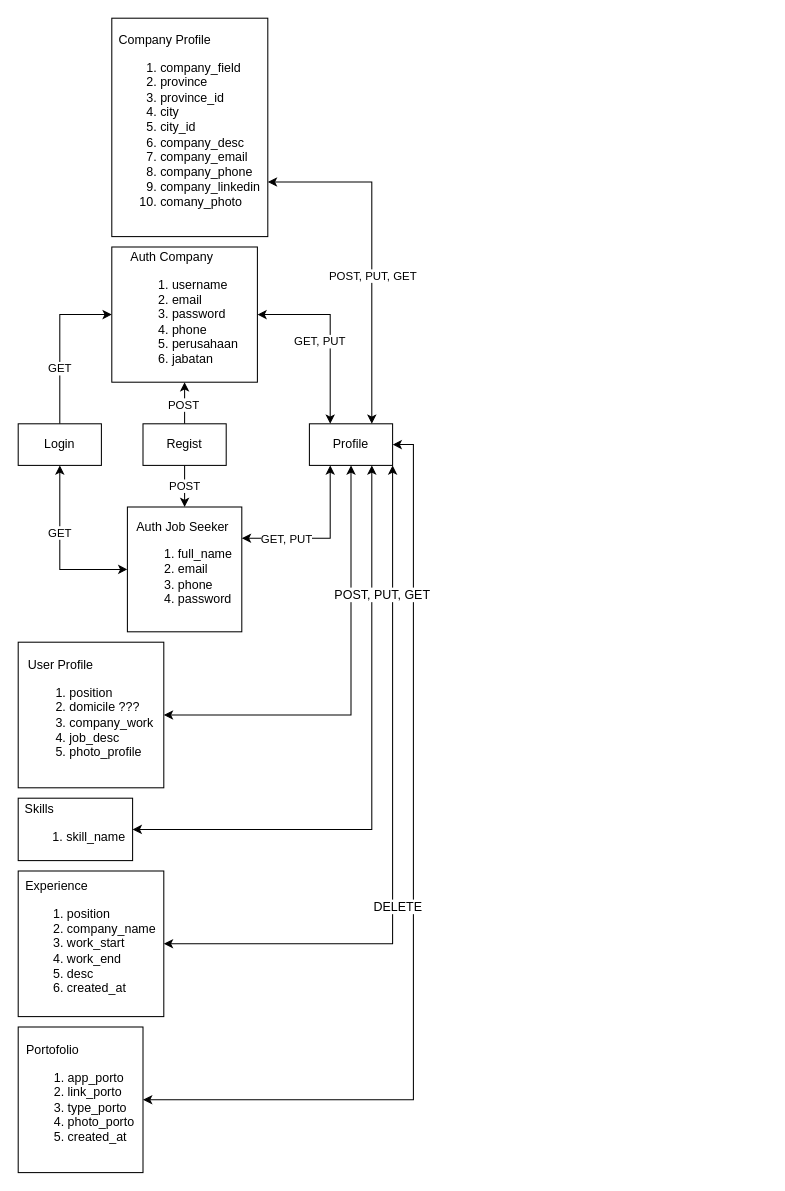
Above: DFD CRUD.drawio in LKanugrahan/StorageTeamProjectBE (draw.io), before the change. Source tidied: cells renumbered, new cells numbered last; positions are measured from the earlier drawing's top-left corner, leaving out a move shared by most shapes. Both pictures are drawn from the tidied source at 104%, with x=0, y=0 at pixel (18, 18).
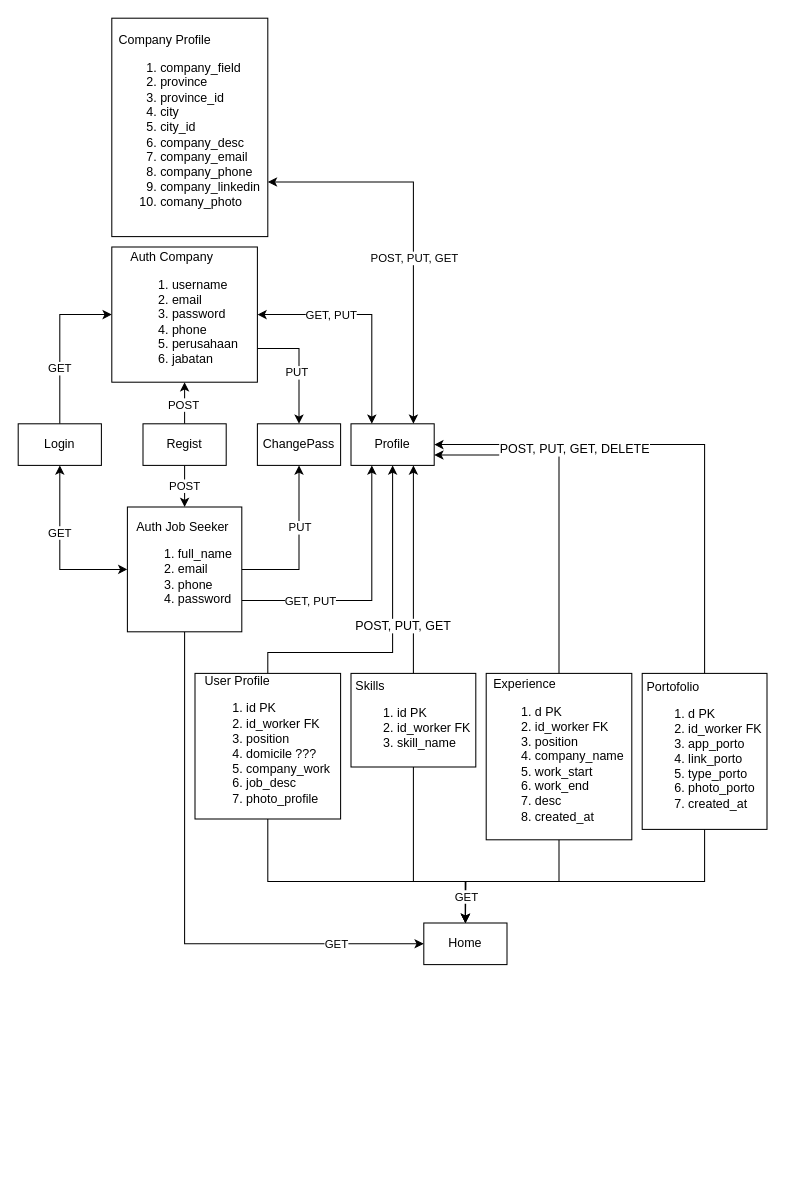
The same diagram, later.

The change refers to these unchanged cells:
```xml
<mxCell id="7" value="&lt;div style=&quot;text-align: justify;&quot;&gt;&lt;span style=&quot;background-color: initial;&quot;&gt;Auth&amp;nbsp;&lt;/span&gt;&lt;span style=&quot;background-color: initial;&quot;&gt;Job Seeker&lt;/span&gt;&lt;/div&gt;&lt;div style=&quot;&quot;&gt;&lt;ol&gt;&lt;li style=&quot;text-align: justify;&quot;&gt;&lt;span style=&quot;background-color: initial;&quot;&gt;full_name&lt;/span&gt;&lt;/li&gt;&lt;li style=&quot;text-align: justify;&quot;&gt;&lt;span style=&quot;background-color: initial;&quot;&gt;email&lt;/span&gt;&lt;/li&gt;&lt;li style=&quot;text-align: justify;&quot;&gt;&lt;span style=&quot;background-color: initial;&quot;&gt;phone&lt;/span&gt;&lt;/li&gt;&lt;li style=&quot;text-align: justify;&quot;&gt;&lt;span style=&quot;background-color: initial;&quot;&gt;password&lt;/span&gt;&lt;/li&gt;&lt;/ol&gt;&lt;/div&gt;&lt;div style=&quot;text-align: justify;&quot;&gt;&lt;/div&gt;" style="rounded=0;whiteSpace=wrap;html=1;" parent="1" vertex="1">
  <mxGeometry x="105" y="470" width="110" height="120" as="geometry" />
</mxCell>
<mxCell id="26" value="&lt;div style=&quot;text-align: justify;&quot;&gt;&lt;span style=&quot;background-color: initial;&quot;&gt;Auth&amp;nbsp;&lt;/span&gt;&lt;span style=&quot;background-color: initial;&quot;&gt;Company&lt;/span&gt;&lt;/div&gt;&lt;div style=&quot;&quot;&gt;&lt;ol&gt;&lt;li style=&quot;text-align: justify;&quot;&gt;&lt;span style=&quot;background-color: initial;&quot;&gt;username&lt;/span&gt;&lt;/li&gt;&lt;li style=&quot;text-align: justify;&quot;&gt;&lt;span style=&quot;background-color: initial;&quot;&gt;email&lt;/span&gt;&lt;/li&gt;&lt;li style=&quot;border-color: var(--border-color); text-align: justify;&quot;&gt;password&lt;/li&gt;&lt;li style=&quot;border-color: var(--border-color); text-align: justify;&quot;&gt;phone&lt;/li&gt;&lt;li style=&quot;text-align: justify;&quot;&gt;&lt;span style=&quot;background-color: initial;&quot;&gt;perusahaan&lt;/span&gt;&lt;/li&gt;&lt;li style=&quot;text-align: justify;&quot;&gt;&lt;span style=&quot;background-color: initial;&quot;&gt;jabatan&lt;/span&gt;&lt;/li&gt;&lt;/ol&gt;&lt;/div&gt;&lt;div style=&quot;text-align: justify;&quot;&gt;&lt;/div&gt;" style="rounded=0;whiteSpace=wrap;html=1;" parent="1" vertex="1">
  <mxGeometry x="90" y="220" width="140" height="130" as="geometry" />
</mxCell>
<mxCell id="30" style="endArrow=classic;startArrow=classic;html=1;rounded=0;exitX=0.25;exitY=0;exitDx=0;exitDy=0;entryX=1;entryY=0.5;entryDx=0;entryDy=0;edgeStyle=orthogonalEdgeStyle;" parent="1" edge="1" source="12" target="26">
  <mxGeometry relative="1" as="geometry" />
</mxCell>
```

The edit, as a diff of the source:
```diff
@@
+    <mxCell id="16" style="edgeStyle=orthogonalEdgeStyle;rounded=0;jettySize=auto;html=1;exitX=1;exitY=0.75;exitDx=0;exitDy=0;entryX=0.25;entryY=1;entryDx=0;entryDy=0;" parent="1" edge="1" source="7" target="12">
+      <mxGeometry relative="1" as="geometry" />
+    </mxCell>
+    <mxCell id="17" value="GET, PUT" style="edgeLabel;html=1;align=center;verticalAlign=middle;" parent="16" vertex="1">
+      <mxGeometry x="-0.58" y="1" relative="1" as="geometry">
+        <mxPoint x="11" y="1" as="offset" />
+      </mxGeometry>
+    </mxCell>
+    <mxCell id="32" style="edgeStyle=orthogonalEdgeStyle;rounded=0;jettySize=auto;html=1;exitX=1;exitY=0.5;exitDx=0;exitDy=0;entryX=0.5;entryY=1;entryDx=0;entryDy=0;" parent="1" edge="1" source="7" target="44">
+      <mxGeometry relative="1" as="geometry" />
+    </mxCell>
+    <mxCell id="33" value="PUT" style="edgeLabel;html=1;align=center;verticalAlign=middle;" parent="32" vertex="1">
+      <mxGeometry x="0.24" relative="1" as="geometry" />
+    </mxCell>
+    <mxCell id="34" style="edgeStyle=orthogonalEdgeStyle;rounded=0;jettySize=auto;html=1;exitX=0.5;exitY=1;exitDx=0;exitDy=0;entryX=0;entryY=0.5;entryDx=0;entryDy=0;" parent="1" edge="1" source="7" target="45">
+      <mxGeometry relative="1" as="geometry" />
+    </mxCell>
+    <mxCell id="35" value="GET" style="edgeLabel;html=1;align=center;verticalAlign=middle;" parent="34" vertex="1">
+      <mxGeometry x="0.68" relative="1" as="geometry" />
+    </mxCell>
@@
+    <mxCell id="23" style="edgeStyle=orthogonalEdgeStyle;rounded=0;jettySize=auto;html=1;exitX=0.5;exitY=0;exitDx=0;exitDy=0;entryX=0.5;entryY=1;entryDx=0;entryDy=0;" parent="1" edge="1" source="11" target="12">
+      <mxGeometry relative="1" as="geometry">
+        <Array as="points">
+          <mxPoint x="240" y="610" />
+          <mxPoint x="360" y="610" />
+        </Array>
+      </mxGeometry>
+    </mxCell>
+    <mxCell id="36" style="edgeStyle=orthogonalEdgeStyle;rounded=0;jettySize=auto;html=1;exitX=0.5;exitY=1;exitDx=0;exitDy=0;entryX=0.5;entryY=0;entryDx=0;entryDy=0;" parent="1" edge="1" source="11" target="45">
+      <mxGeometry relative="1" as="geometry">
+        <Array as="points">
+          <mxPoint x="240" y="830" />
+          <mxPoint x="430" y="830" />
+        </Array>
+      </mxGeometry>
+    </mxCell>
-    <mxCell id="11" value="&lt;div style=&quot;text-align: left;&quot;&gt;User Profile&lt;/div&gt;&lt;div style=&quot;text-align: left;&quot;&gt;&lt;ol&gt;&lt;li&gt;&lt;span style=&quot;background-color: initial;&quot;&gt;position&lt;/span&gt;&lt;/li&gt;&lt;li&gt;&lt;span style=&quot;background-color: initial;&quot;&gt;domicile ???&lt;/span&gt;&lt;/li&gt;&lt;li&gt;&lt;span style=&quot;background-color: initial;&quot;&gt;company_work&lt;/span&gt;&lt;/li&gt;&lt;li&gt;&lt;span style=&quot;background-color: initial;&quot;&gt;job_desc&lt;/span&gt;&lt;/li&gt;&lt;li&gt;photo_profile&lt;/li&gt;&lt;/ol&gt;&lt;/div&gt;&lt;div style=&quot;text-align: justify;&quot;&gt;&lt;/div&gt;" style="rounded=0;whiteSpace=wrap;html=1;" parent="1" vertex="1">
-      <mxGeometry y="600" width="140" height="140" as="geometry" />
+    <mxCell id="11" value="&lt;div style=&quot;text-align: left;&quot;&gt;User Profile&lt;/div&gt;&lt;div style=&quot;text-align: left;&quot;&gt;&lt;ol&gt;&lt;li&gt;&lt;span style=&quot;background-color: initial;&quot;&gt;id PK&lt;/span&gt;&lt;/li&gt;&lt;li&gt;&lt;span style=&quot;background-color: initial;&quot;&gt;id_worker FK&lt;/span&gt;&lt;/li&gt;&lt;li&gt;&lt;span style=&quot;background-color: initial;&quot;&gt;position&lt;/span&gt;&lt;/li&gt;&lt;li&gt;&lt;span style=&quot;background-color: initial;&quot;&gt;domicile ???&lt;/span&gt;&lt;/li&gt;&lt;li&gt;&lt;span style=&quot;background-color: initial;&quot;&gt;company_work&lt;/span&gt;&lt;/li&gt;&lt;li&gt;&lt;span style=&quot;background-color: initial;&quot;&gt;job_desc&lt;/span&gt;&lt;/li&gt;&lt;li&gt;photo_profile&lt;/li&gt;&lt;/ol&gt;&lt;/div&gt;&lt;div style=&quot;text-align: justify;&quot;&gt;&lt;/div&gt;" style="rounded=0;whiteSpace=wrap;html=1;" parent="1" vertex="1">
+      <mxGeometry x="170" y="630" width="140" height="140" as="geometry" />
     </mxCell>
     <mxCell id="12" value="Profile" style="rounded=0;whiteSpace=wrap;html=1;" parent="1" vertex="1">
-      <mxGeometry x="280" y="390" width="80" height="40" as="geometry" />
+      <mxGeometry x="320" y="390" width="80" height="40" as="geometry" />
     </mxCell>
@@
+    <mxCell id="22" style="edgeStyle=orthogonalEdgeStyle;rounded=0;jettySize=auto;html=1;exitX=0.5;exitY=0;exitDx=0;exitDy=0;entryX=0.75;entryY=1;entryDx=0;entryDy=0;" parent="1" edge="1" source="15" target="12">
+      <mxGeometry relative="1" as="geometry" />
+    </mxCell>
+    <mxCell id="37" style="edgeStyle=orthogonalEdgeStyle;rounded=0;jettySize=auto;html=1;exitX=0.5;exitY=1;exitDx=0;exitDy=0;" parent="1" edge="1" source="15">
+      <mxGeometry relative="1" as="geometry">
+        <mxPoint x="430" y="870" as="targetPoint" />
+        <Array as="points">
+          <mxPoint x="380" y="830" />
+          <mxPoint x="430" y="830" />
+        </Array>
+      </mxGeometry>
+    </mxCell>
-    <mxCell id="15" value="&lt;div style=&quot;text-align: left;&quot;&gt;Skills&lt;/div&gt;&lt;div style=&quot;text-align: left;&quot;&gt;&lt;ol&gt;&lt;li&gt;&lt;span style=&quot;background-color: initial;&quot;&gt;skill_name&lt;/span&gt;&lt;/li&gt;&lt;/ol&gt;&lt;/div&gt;&lt;div style=&quot;text-align: justify;&quot;&gt;&lt;/div&gt;" style="rounded=0;whiteSpace=wrap;html=1;" parent="1" vertex="1">
-      <mxGeometry y="750" width="110" height="60" as="geometry" />
+    <mxCell id="15" value="&lt;div style=&quot;text-align: left;&quot;&gt;Skills&lt;/div&gt;&lt;div style=&quot;text-align: left;&quot;&gt;&lt;ol&gt;&lt;li&gt;&lt;span style=&quot;background-color: initial;&quot;&gt;id PK&lt;/span&gt;&lt;/li&gt;&lt;li&gt;&lt;span style=&quot;background-color: initial;&quot;&gt;id_worker FK&lt;/span&gt;&lt;/li&gt;&lt;li&gt;&lt;span style=&quot;background-color: initial;&quot;&gt;skill_name&lt;/span&gt;&lt;/li&gt;&lt;/ol&gt;&lt;/div&gt;&lt;div style=&quot;text-align: justify;&quot;&gt;&lt;/div&gt;" style="rounded=0;whiteSpace=wrap;html=1;" parent="1" vertex="1">
+      <mxGeometry x="320" y="630" width="120" height="90" as="geometry" />
     </mxCell>
-    <mxCell id="16" style="endArrow=classic;startArrow=classic;html=1;rounded=0;entryX=0.25;entryY=1;entryDx=0;entryDy=0;edgeStyle=orthogonalEdgeStyle;exitX=1;exitY=0.25;exitDx=0;exitDy=0;" parent="1" edge="1" source="7" target="12">
-      <mxGeometry relative="1" as="geometry" />
-    </mxCell>
-    <mxCell id="17" value="GET, PUT" style="edgeLabel;html=1;align=center;verticalAlign=middle;" parent="16" vertex="1">
-      <mxGeometry x="-0.46" relative="1" as="geometry" />
-    </mxCell>
+    <mxCell id="21" style="edgeStyle=orthogonalEdgeStyle;rounded=0;jettySize=auto;html=1;exitX=0.5;exitY=0;exitDx=0;exitDy=0;entryX=1;entryY=0.75;entryDx=0;entryDy=0;" parent="1" edge="1" source="18" target="12">
+      <mxGeometry relative="1" as="geometry" />
+    </mxCell>
+    <mxCell id="38" style="edgeStyle=orthogonalEdgeStyle;rounded=0;jettySize=auto;html=1;exitX=0.5;exitY=1;exitDx=0;exitDy=0;" parent="1" edge="1" source="18">
+      <mxGeometry relative="1" as="geometry">
+        <mxPoint x="430" y="870" as="targetPoint" />
+      </mxGeometry>
+    </mxCell>
-    <mxCell id="18" value="&lt;div style=&quot;text-align: left;&quot;&gt;Experience&lt;/div&gt;&lt;div style=&quot;text-align: left;&quot;&gt;&lt;ol&gt;&lt;li&gt;&lt;span style=&quot;background-color: initial;&quot;&gt;position&lt;/span&gt;&lt;/li&gt;&lt;li&gt;&lt;span style=&quot;background-color: initial;&quot;&gt;company_name&lt;/span&gt;&lt;/li&gt;&lt;li&gt;&lt;span style=&quot;background-color: initial;&quot;&gt;work_start&lt;/span&gt;&lt;/li&gt;&lt;li&gt;&lt;span style=&quot;background-color: initial;&quot;&gt;work_end&lt;/span&gt;&lt;/li&gt;&lt;li&gt;&lt;span style=&quot;background-color: initial;&quot;&gt;desc&lt;/span&gt;&lt;/li&gt;&lt;li&gt;created_at&lt;/li&gt;&lt;/ol&gt;&lt;/div&gt;&lt;div style=&quot;text-align: justify;&quot;&gt;&lt;/div&gt;" style="rounded=0;whiteSpace=wrap;html=1;" parent="1" vertex="1">
-      <mxGeometry y="820" width="140" height="140" as="geometry" />
+    <mxCell id="18" value="&lt;div style=&quot;text-align: left;&quot;&gt;Experience&lt;/div&gt;&lt;div style=&quot;text-align: left;&quot;&gt;&lt;ol&gt;&lt;li style=&quot;border-color: var(--border-color);&quot;&gt;d PK&lt;/li&gt;&lt;li style=&quot;border-color: var(--border-color);&quot;&gt;&lt;span style=&quot;border-color: var(--border-color); background-color: initial;&quot;&gt;id_worker FK&lt;/span&gt;&lt;/li&gt;&lt;li&gt;&lt;span style=&quot;background-color: initial;&quot;&gt;position&lt;/span&gt;&lt;/li&gt;&lt;li&gt;&lt;span style=&quot;background-color: initial;&quot;&gt;company_name&lt;/span&gt;&lt;/li&gt;&lt;li&gt;&lt;span style=&quot;background-color: initial;&quot;&gt;work_start&lt;/span&gt;&lt;/li&gt;&lt;li&gt;&lt;span style=&quot;background-color: initial;&quot;&gt;work_end&lt;/span&gt;&lt;/li&gt;&lt;li&gt;&lt;span style=&quot;background-color: initial;&quot;&gt;desc&lt;/span&gt;&lt;/li&gt;&lt;li&gt;created_at&lt;/li&gt;&lt;/ol&gt;&lt;/div&gt;&lt;div style=&quot;text-align: justify;&quot;&gt;&lt;/div&gt;" style="rounded=0;whiteSpace=wrap;html=1;" parent="1" vertex="1">
+      <mxGeometry x="450" y="630" width="140" height="160" as="geometry" />
     </mxCell>
+    <mxCell id="20" style="edgeStyle=orthogonalEdgeStyle;rounded=0;jettySize=auto;html=1;exitX=0.5;exitY=0;exitDx=0;exitDy=0;entryX=1;entryY=0.5;entryDx=0;entryDy=0;" parent="1" edge="1" source="19" target="12">
+      <mxGeometry relative="1" as="geometry" />
+    </mxCell>
+    <mxCell id="39" style="edgeStyle=orthogonalEdgeStyle;rounded=0;jettySize=auto;html=1;exitX=0.5;exitY=1;exitDx=0;exitDy=0;entryX=0.5;entryY=0;entryDx=0;entryDy=0;" parent="1" edge="1" source="19" target="45">
+      <mxGeometry relative="1" as="geometry">
+        <Array as="points">
+          <mxPoint x="660" y="830" />
+          <mxPoint x="430" y="830" />
+        </Array>
+      </mxGeometry>
+    </mxCell>
+    <mxCell id="40" value="GET" style="edgeLabel;html=1;align=center;verticalAlign=middle;" parent="39" vertex="1">
+      <mxGeometry x="0.84" y="-3" relative="1" as="geometry">
+        <mxPoint x="3" as="offset" />
+      </mxGeometry>
+    </mxCell>
-    <mxCell id="19" value="&lt;div style=&quot;text-align: left;&quot;&gt;Portofolio&lt;/div&gt;&lt;div style=&quot;text-align: left;&quot;&gt;&lt;ol&gt;&lt;li&gt;&lt;span style=&quot;background-color: initial;&quot;&gt;app_porto&lt;/span&gt;&lt;/li&gt;&lt;li&gt;&lt;span style=&quot;background-color: initial;&quot;&gt;link_porto&lt;/span&gt;&lt;/li&gt;&lt;li&gt;&lt;span style=&quot;background-color: initial;&quot;&gt;type_porto&lt;/span&gt;&lt;/li&gt;&lt;li&gt;&lt;span style=&quot;background-color: initial;&quot;&gt;photo_porto&lt;/span&gt;&lt;/li&gt;&lt;li&gt;created_at&lt;/li&gt;&lt;/ol&gt;&lt;/div&gt;&lt;div style=&quot;text-align: justify;&quot;&gt;&lt;/div&gt;" style="rounded=0;whiteSpace=wrap;html=1;" parent="1" vertex="1">
-      <mxGeometry y="970" width="120" height="140" as="geometry" />
+    <mxCell id="19" value="&lt;div style=&quot;text-align: left;&quot;&gt;Portofolio&lt;/div&gt;&lt;div style=&quot;text-align: left;&quot;&gt;&lt;ol&gt;&lt;li style=&quot;border-color: var(--border-color);&quot;&gt;d PK&lt;/li&gt;&lt;li style=&quot;border-color: var(--border-color);&quot;&gt;&lt;span style=&quot;border-color: var(--border-color); background-color: initial;&quot;&gt;id_worker FK&lt;/span&gt;&lt;/li&gt;&lt;li&gt;&lt;span style=&quot;background-color: initial;&quot;&gt;app_porto&lt;/span&gt;&lt;/li&gt;&lt;li&gt;&lt;span style=&quot;background-color: initial;&quot;&gt;link_porto&lt;/span&gt;&lt;/li&gt;&lt;li&gt;&lt;span style=&quot;background-color: initial;&quot;&gt;type_porto&lt;/span&gt;&lt;/li&gt;&lt;li&gt;&lt;span style=&quot;background-color: initial;&quot;&gt;photo_porto&lt;/span&gt;&lt;/li&gt;&lt;li&gt;created_at&lt;/li&gt;&lt;/ol&gt;&lt;/div&gt;&lt;div style=&quot;text-align: justify;&quot;&gt;&lt;/div&gt;" style="rounded=0;whiteSpace=wrap;html=1;" parent="1" vertex="1">
+      <mxGeometry x="600" y="630" width="120" height="150" as="geometry" />
     </mxCell>
-    <mxCell id="20" style="endArrow=classic;startArrow=classic;html=1;rounded=0;exitX=1;exitY=0.5;exitDx=0;exitDy=0;entryX=1;entryY=0.5;entryDx=0;entryDy=0;edgeStyle=orthogonalEdgeStyle;" parent="1" edge="1" source="19" target="12">
-      <mxGeometry relative="1" as="geometry">
-        <Array as="points">
-          <mxPoint x="380" y="1040" />
-          <mxPoint x="380" y="410" />
-        </Array>
-      </mxGeometry>
-    </mxCell>
-    <mxCell id="21" style="endArrow=classic;startArrow=classic;html=1;rounded=0;exitX=1;exitY=0.5;exitDx=0;exitDy=0;entryX=1;entryY=1;entryDx=0;entryDy=0;edgeStyle=orthogonalEdgeStyle;" parent="1" edge="1" source="18" target="12">
-      <mxGeometry relative="1" as="geometry" />
-    </mxCell>
-    <mxCell id="22" style="endArrow=classic;startArrow=classic;html=1;rounded=0;exitX=1;exitY=0.5;exitDx=0;exitDy=0;entryX=0.75;entryY=1;entryDx=0;entryDy=0;edgeStyle=orthogonalEdgeStyle;" parent="1" edge="1" source="15" target="12">
-      <mxGeometry relative="1" as="geometry" />
-    </mxCell>
-    <mxCell id="23" style="endArrow=classic;startArrow=classic;html=1;rounded=0;exitX=1;exitY=0.5;exitDx=0;exitDy=0;entryX=0.5;entryY=1;entryDx=0;entryDy=0;edgeStyle=orthogonalEdgeStyle;" parent="1" edge="1" source="11" target="12">
-      <mxGeometry relative="1" as="geometry" />
-    </mxCell>
     <mxCell id="24" value="&lt;span style=&quot;background-color: rgb(255, 255, 255);&quot;&gt;POST, PUT, GET&lt;/span&gt;" style="text;html=1;align=center;verticalAlign=middle;strokeColor=none;fillColor=none;" parent="1" vertex="1">
-      <mxGeometry x="290" y="540" width="120" height="30" as="geometry" />
+      <mxGeometry x="310" y="570" width="120" height="30" as="geometry" />
     </mxCell>
-    <mxCell id="25" value="&lt;span style=&quot;background-color: rgb(255, 255, 255); font-size: 12px;&quot;&gt;DELETE&lt;/span&gt;" style="text;html=1;align=center;verticalAlign=middle;strokeColor=none;fillColor=none;fontSize=12;" parent="1" vertex="1">
-      <mxGeometry x="330" y="840" width="70" height="30" as="geometry" />
-    </mxCell>
+    <mxCell id="41" style="edgeStyle=orthogonalEdgeStyle;rounded=0;jettySize=auto;html=1;exitX=1;exitY=0.75;exitDx=0;exitDy=0;entryX=0.5;entryY=0;entryDx=0;entryDy=0;" parent="1" edge="1" source="26" target="44">
+      <mxGeometry relative="1" as="geometry" />
+    </mxCell>
+    <mxCell id="42" value="PUT" style="edgeLabel;html=1;align=center;verticalAlign=middle;" parent="41" vertex="1">
+      <mxGeometry x="0.11" y="-3" relative="1" as="geometry">
+        <mxPoint y="1" as="offset" />
+      </mxGeometry>
+    </mxCell>
@@
     <mxCell id="31" value="GET, PUT" style="edgeLabel;html=1;align=center;verticalAlign=middle;" parent="30" vertex="1">
       <mxGeometry x="0.48" y="-1" relative="1" as="geometry">
-        <mxPoint x="14" y="26" as="offset" />
+        <mxPoint x="14" y="1" as="offset" />
       </mxGeometry>
     </mxCell>
+    <mxCell id="43" value="&lt;span style=&quot;background-color: rgb(255, 255, 255);&quot;&gt;POST, PUT, GET, DELETE&lt;/span&gt;" style="text;html=1;align=center;verticalAlign=middle;strokeColor=none;fillColor=none;" parent="1" vertex="1">
+      <mxGeometry x="450" y="400" width="170" height="30" as="geometry" />
+    </mxCell>
+    <mxCell id="44" value="ChangePass" style="rounded=0;whiteSpace=wrap;html=1;" parent="1" vertex="1">
+      <mxGeometry x="230" y="390" width="80" height="40" as="geometry" />
+    </mxCell>
+    <mxCell id="45" value="Home" style="rounded=0;whiteSpace=wrap;html=1;" parent="1" vertex="1">
+      <mxGeometry x="390" y="870" width="80" height="40" as="geometry" />
+    </mxCell>
```
